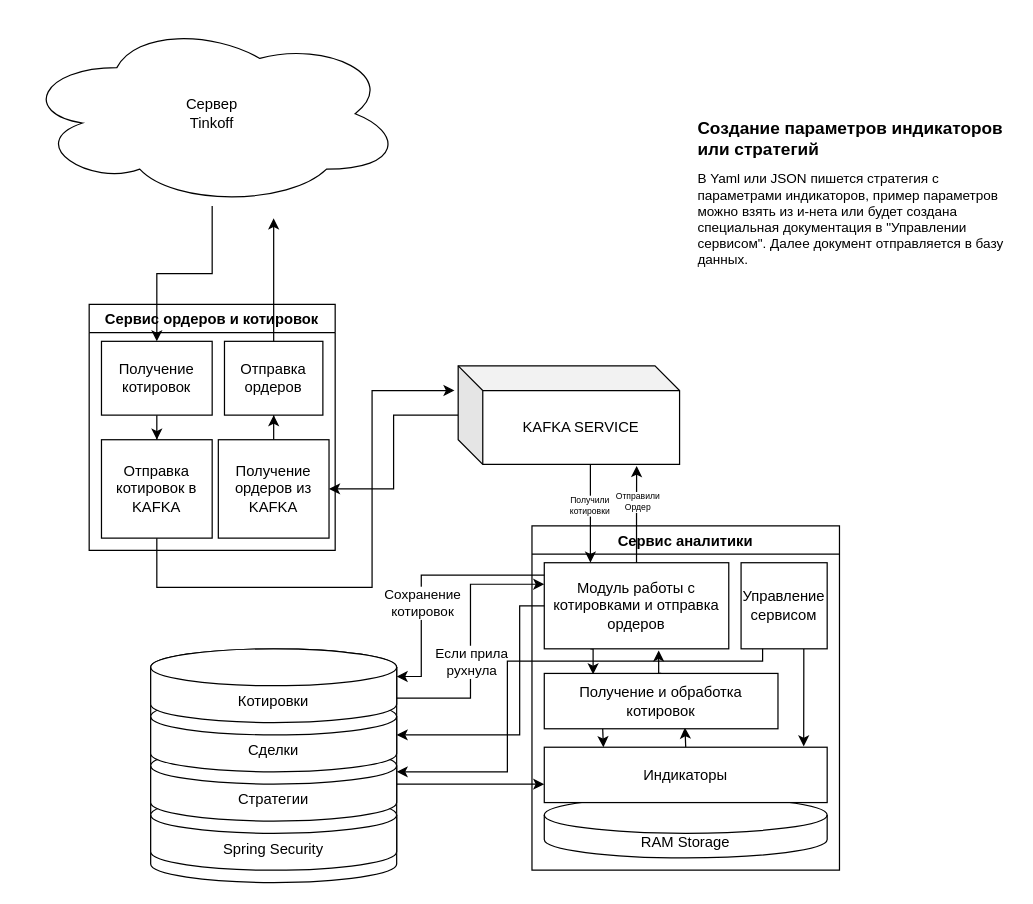
AleksGelvides/TradeSystem keeps this draw.io diagram as TradeSysScheme.drawio. Above is the earlier version. Source tidied: cells renumbered, new cells numbered last; positions are measured from the earlier drawing's top-left corner, leaving out a move shared by most shapes. Both pictures are drawn from the tidied source at 123%, with x=0, y=0 at pixel (21, 21).
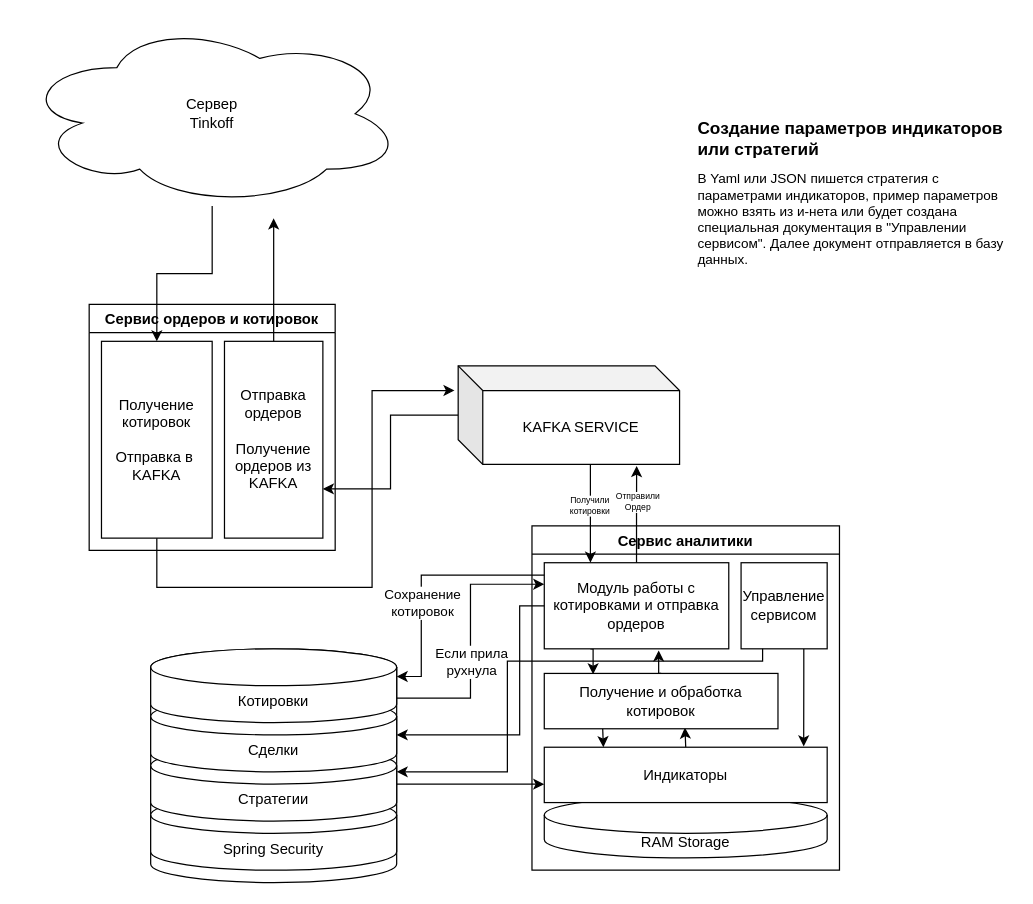
After the change.

Unchanged cells that the change refers to:
```xml
<mxCell id="3" value="Сервис ордеров и котировок" style="swimlane;" parent="1" vertex="1">
  <mxGeometry x="55" y="230" width="200" height="200" as="geometry" />
</mxCell>
<mxCell id="13" value="KAFKA SERVICE" style="shape=cube;whiteSpace=wrap;html=1;boundedLbl=1;backgroundOutline=1;darkOpacity=0.05;darkOpacity2=0.1;" parent="1" vertex="1">
  <mxGeometry x="355" y="280" width="180" height="80" as="geometry" />
</mxCell>
```

Diff of the diagram source:
```diff
@@
-    <mxCell id="4" style="edgeStyle=orthogonalEdgeStyle;rounded=0;jettySize=auto;html=1;entryX=0.5;entryY=0;entryDx=0;entryDy=0;" parent="3" edge="1" source="5" target="7">
-      <mxGeometry relative="1" as="geometry" />
-    </mxCell>
-    <mxCell id="5" value="Получение котировок" style="rounded=0;whiteSpace=wrap;html=1;" parent="3" vertex="1">
-      <mxGeometry x="10" y="30" width="90" height="60" as="geometry" />
+    <mxCell id="5" value="Получение котировок&lt;br&gt;&lt;br&gt;Отправка в&amp;nbsp; KAFKA" style="rounded=0;whiteSpace=wrap;html=1;" parent="3" vertex="1">
+      <mxGeometry x="10" y="30" width="90" height="160" as="geometry" />
     </mxCell>
-    <mxCell id="6" value="Отправка ордеров" style="rounded=0;whiteSpace=wrap;html=1;" parent="3" vertex="1">
-      <mxGeometry x="110" y="30" width="80" height="60" as="geometry" />
+    <mxCell id="6" value="Отправка ордеров&lt;br&gt;&lt;br&gt;Получение ордеров из KAFKA" style="rounded=0;whiteSpace=wrap;html=1;" parent="3" vertex="1">
+      <mxGeometry x="110" y="30" width="80" height="160" as="geometry" />
     </mxCell>
-    <mxCell id="7" value="Отправка котировок в KAFKA" style="rounded=0;whiteSpace=wrap;html=1;" parent="3" vertex="1">
-      <mxGeometry x="10" y="110" width="90" height="80" as="geometry" />
-    </mxCell>
-    <mxCell id="8" style="edgeStyle=orthogonalEdgeStyle;rounded=0;jettySize=auto;html=1;entryX=0.5;entryY=1;entryDx=0;entryDy=0;" parent="3" edge="1" source="9" target="6">
-      <mxGeometry relative="1" as="geometry" />
-    </mxCell>
-    <mxCell id="9" value="Получение ордеров из KAFKA" style="rounded=0;whiteSpace=wrap;html=1;" parent="3" vertex="1">
-      <mxGeometry x="105" y="110" width="90" height="80" as="geometry" />
-    </mxCell>
@@
-    <mxCell id="12" style="edgeStyle=orthogonalEdgeStyle;rounded=0;jettySize=auto;html=1;entryX=1;entryY=0.5;entryDx=0;entryDy=0;" parent="1" edge="1" source="13" target="9">
+    <mxCell id="12" style="edgeStyle=orthogonalEdgeStyle;rounded=0;jettySize=auto;html=1;entryX=1;entryY=0.75;entryDx=0;entryDy=0;" parent="1" edge="1" source="13" target="6">
       <mxGeometry relative="1" as="geometry" />
     </mxCell>
@@
-    <mxCell id="14" style="edgeStyle=orthogonalEdgeStyle;rounded=0;jettySize=auto;html=1;" parent="1" edge="1" source="7">
+    <mxCell id="14" style="edgeStyle=orthogonalEdgeStyle;rounded=0;orthogonalLoop=1;jettySize=auto;html=1;" parent="1" edge="1">
       <mxGeometry relative="1" as="geometry">
+        <mxPoint x="110" y="420" as="sourcePoint" />
         <mxPoint x="352" y="300" as="targetPoint" />
         <Array as="points">
           <mxPoint x="110" y="460" />
           <mxPoint x="285" y="460" />
           <mxPoint x="285" y="300" />
           <mxPoint x="352" y="300" />
         </Array>
       </mxGeometry>
     </mxCell>
```
